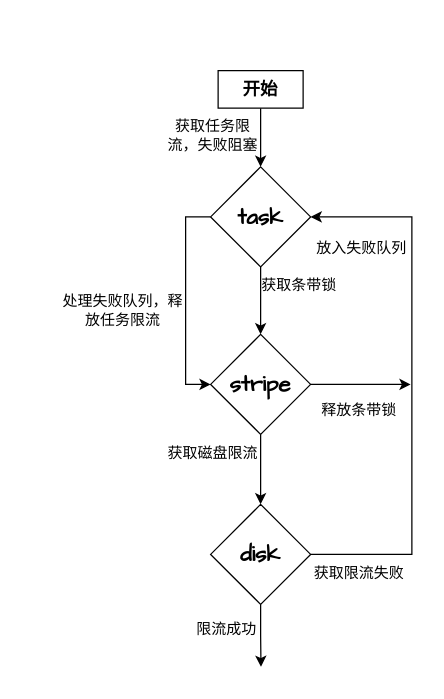
JasonHu520/examples keeps this draw.io diagram as page "第 1 页" (1 of 2) of 流控示意图.drawio. Above is the earlier version. Source tidied: cells renumbered, new cells numbered last; positions are measured from the earlier drawing's top-left corner, leaving out a move shared by most shapes. Both pictures are drawn from the tidied source at 125%, with x=0, y=0 at pixel (55, 70).
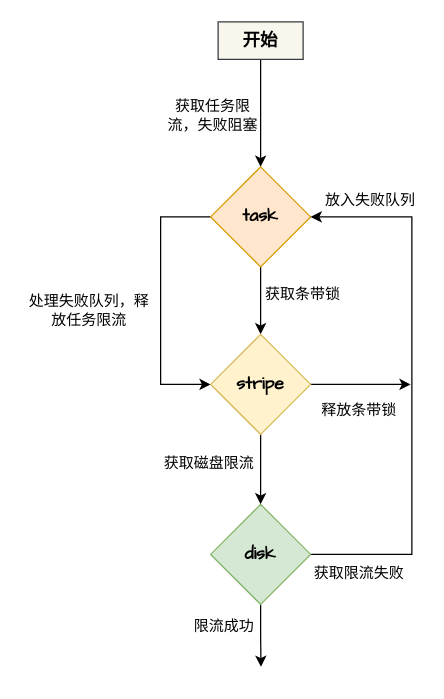
The same page after the edit.

Commit message (it also covers changes not shown here):
更新流控示意图.drawio

The edit, as a diff of the source:
```diff
@@
     <mxCell id="3" style="edgeStyle=orthogonalEdgeStyle;rounded=0;jettySize=auto;html=1;exitX=0;exitY=0.5;exitDx=0;exitDy=0;fontFamily=Helvetica;fontSize=12;fontColor=default;entryX=0.5;entryY=1;entryDx=0;entryDy=0;" parent="1" edge="1" source="4" target="10">
-      <mxGeometry relative="1" as="geometry" />
+      <mxGeometry relative="1" as="geometry">
+        <Array as="points">
+          <mxPoint x="84" y="117" />
+          <mxPoint x="84" y="251" />
+        </Array>
+      </mxGeometry>
     </mxCell>
-    <mxCell id="4" value="&lt;font face=&quot;Comic Sans MS&quot; style=&quot;font-size: 18px;&quot;&gt;&lt;b&gt;task&lt;/b&gt;&lt;/font&gt;" style="rhombus;whiteSpace=wrap;html=1;" parent="1" vertex="1">
+    <mxCell id="4" value="&lt;font face=&quot;Comic Sans MS&quot; style=&quot;font-size: 14px;&quot;&gt;&lt;b style=&quot;&quot;&gt;task&lt;/b&gt;&lt;/font&gt;" style="rhombus;whiteSpace=wrap;html=1;fillColor=#ffe6cc;strokeColor=#d79b00;" parent="1" vertex="1">
       <mxGeometry x="124" y="77" width="80" height="80" as="geometry" />
     </mxCell>
@@
-    <mxCell id="7" value="&lt;b&gt;&lt;font face=&quot;Comic Sans MS&quot; style=&quot;font-size: 18px;&quot;&gt;disk&lt;/font&gt;&lt;/b&gt;" style="rhombus;whiteSpace=wrap;html=1;" parent="1" vertex="1">
+    <mxCell id="7" value="&lt;b&gt;&lt;font face=&quot;Comic Sans MS&quot; style=&quot;font-size: 14px;&quot;&gt;disk&lt;/font&gt;&lt;/b&gt;" style="rhombus;whiteSpace=wrap;html=1;fillColor=#d5e8d4;strokeColor=#82b366;" parent="1" vertex="1">
       <mxGeometry x="124" y="347" width="80" height="80" as="geometry" />
     </mxCell>
@@
-    <mxCell id="10" value="&lt;b&gt;&lt;font face=&quot;Comic Sans MS&quot; style=&quot;font-size: 18px;&quot;&gt;stripe&lt;/font&gt;&lt;/b&gt;" style="rhombus;whiteSpace=wrap;html=1;direction=south;" parent="1" vertex="1">
+    <mxCell id="10" value="&lt;b&gt;&lt;font face=&quot;Comic Sans MS&quot; style=&quot;font-size: 14px;&quot;&gt;stripe&lt;/font&gt;&lt;/b&gt;" style="rhombus;whiteSpace=wrap;html=1;direction=south;fillColor=#fff2cc;strokeColor=#d6b656;" parent="1" vertex="1">
       <mxGeometry x="124" y="211" width="80" height="80" as="geometry" />
     </mxCell>
@@
-    <mxCell id="12" value="&lt;font style=&quot;font-size: 14px;&quot;&gt;&lt;b style=&quot;&quot;&gt;开始&lt;/b&gt;&lt;/font&gt;" style="rounded=0;whiteSpace=wrap;html=1;strokeColor=default;align=center;verticalAlign=middle;fontFamily=Helvetica;fontSize=12;fontColor=default;fillColor=default;" parent="1" vertex="1">
-      <mxGeometry x="130" width="68" height="30" as="geometry" />
+    <mxCell id="12" value="&lt;font style=&quot;font-size: 14px;&quot;&gt;&lt;b style=&quot;&quot;&gt;开始&lt;/b&gt;&lt;/font&gt;" style="rounded=0;whiteSpace=wrap;html=1;strokeColor=#36393d;align=center;verticalAlign=middle;fontFamily=Helvetica;fontSize=12;fillColor=#f9f7ed;" parent="1" vertex="1">
+      <mxGeometry x="130" y="-39" width="68" height="30" as="geometry" />
     </mxCell>
     <mxCell id="13" value="获取任务限流，失败阻塞" style="text;strokeColor=none;align=center;fillColor=none;html=1;verticalAlign=middle;whiteSpace=wrap;rounded=0;fontFamily=Helvetica;fontSize=12;fontColor=default;" parent="1" vertex="1">
-      <mxGeometry x="85" y="37" width="82" height="30" as="geometry" />
+      <mxGeometry x="85" y="21" width="82" height="30" as="geometry" />
     </mxCell>
     <mxCell id="14" value="获取条带锁" style="text;strokeColor=none;align=center;fillColor=none;html=1;verticalAlign=middle;whiteSpace=wrap;rounded=0;fontFamily=Helvetica;fontSize=12;fontColor=default;" parent="1" vertex="1">
-      <mxGeometry x="154" y="157" width="82" height="30" as="geometry" />
+      <mxGeometry x="157" y="164" width="82" height="30" as="geometry" />
     </mxCell>
     <mxCell id="15" value="放入失败队列" style="text;strokeColor=none;align=center;fillColor=none;html=1;verticalAlign=middle;whiteSpace=wrap;rounded=0;fontFamily=Helvetica;fontSize=12;fontColor=default;" parent="1" vertex="1">
-      <mxGeometry x="204" y="127" width="82" height="30" as="geometry" />
+      <mxGeometry x="211" y="89" width="82" height="30" as="geometry" />
     </mxCell>
@@
     <mxCell id="17" value="获取磁盘限流" style="text;strokeColor=none;align=center;fillColor=none;html=1;verticalAlign=middle;whiteSpace=wrap;rounded=0;fontFamily=Helvetica;fontSize=12;fontColor=default;" parent="1" vertex="1">
-      <mxGeometry x="85" y="291" width="82" height="30" as="geometry" />
+      <mxGeometry x="82" y="299" width="82" height="30" as="geometry" />
     </mxCell>
@@
     <mxCell id="19" value="限流成功" style="text;strokeColor=none;align=center;fillColor=none;html=1;verticalAlign=middle;whiteSpace=wrap;rounded=0;fontFamily=Helvetica;fontSize=12;fontColor=default;" parent="1" vertex="1">
-      <mxGeometry x="96" y="432" width="82" height="30" as="geometry" />
+      <mxGeometry x="94" y="430" width="82" height="30" as="geometry" />
     </mxCell>
     <mxCell id="20" value="处理失败队列，释放任务限流" style="text;strokeColor=none;align=center;fillColor=none;html=1;verticalAlign=middle;whiteSpace=wrap;rounded=0;fontFamily=Helvetica;fontSize=12;fontColor=default;" parent="1" vertex="1">
-      <mxGeometry y="177" width="108" height="30" as="geometry" />
+      <mxGeometry x="-27" y="177" width="108" height="30" as="geometry" />
     </mxCell>
```
